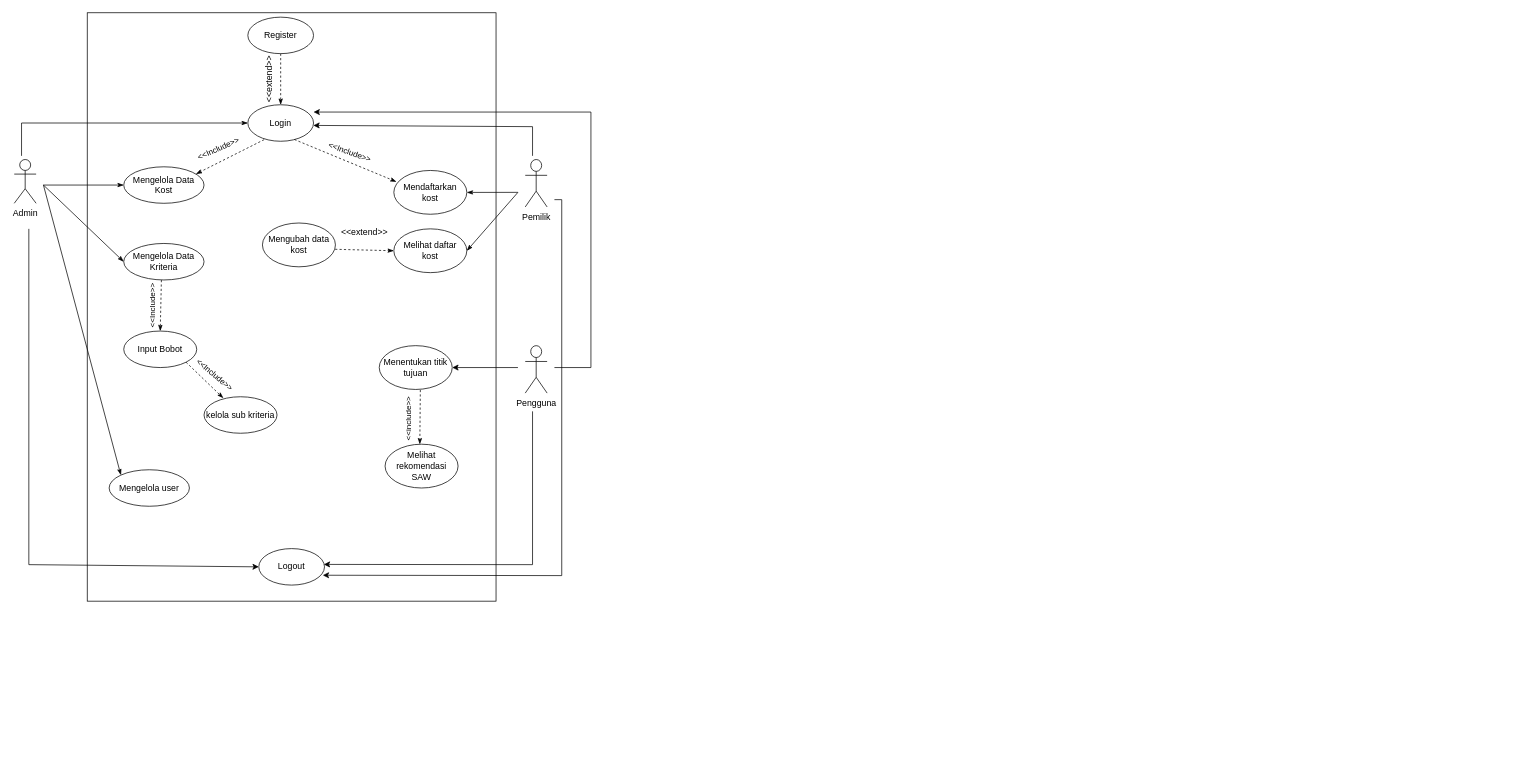
Earlier version of the draw.io diagram page "Page-1" (1 of 10) of USE CASE KOST SAW.drawio (HANNN-YOLO/skripsi). Source tidied: cells renumbered, new cells numbered last; positions are measured from the earlier drawing's top-left corner, leaving out a move shared by most shapes. Both pictures are drawn from the tidied source at 73%, with x=0, y=0 at pixel (14, 12).
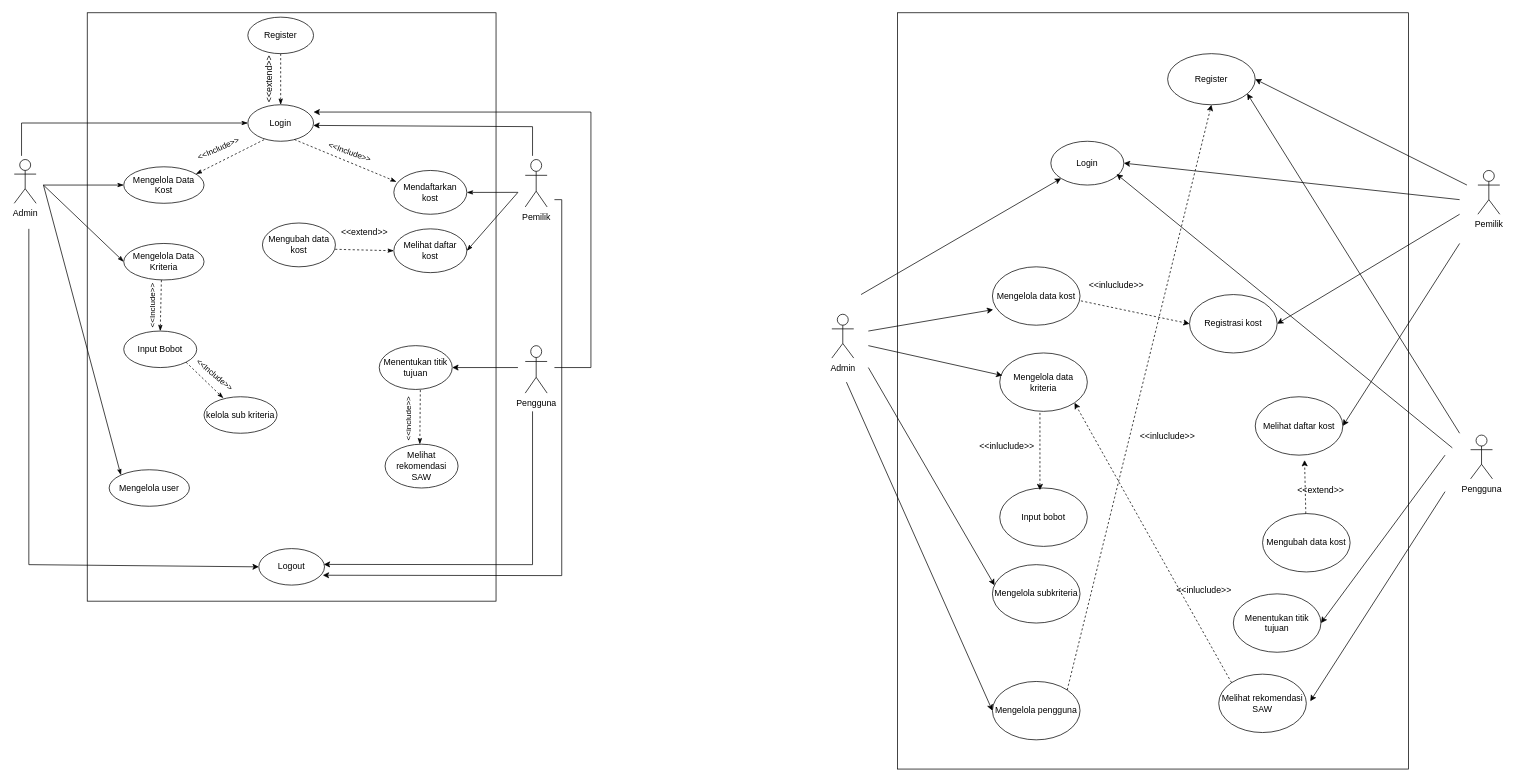
The same diagram, later.

The edit, as a diff of the source:
```diff
@@
+    <mxCell id="45" style="rounded=0;whiteSpace=wrap;html=1;" parent="1" vertex="1">
+      <mxGeometry x="1210" width="700" height="1036" as="geometry" />
+    </mxCell>
+    <mxCell id="46" value="Pemilik" style="shape=umlActor;verticalLabelPosition=bottom;verticalAlign=top;html=1;" parent="1" vertex="1">
+      <mxGeometry x="2005" y="216" width="30" height="60" as="geometry" />
+    </mxCell>
+    <mxCell id="47" value="Register" style="ellipse;whiteSpace=wrap;html=1;" parent="1" vertex="1">
+      <mxGeometry x="1580" y="56" width="120" height="70" as="geometry" />
+    </mxCell>
+    <mxCell id="48" value="Login" style="ellipse;whiteSpace=wrap;html=1;" parent="1" vertex="1">
+      <mxGeometry x="1420" y="176" width="100" height="60" as="geometry" />
+    </mxCell>
+    <mxCell id="49" value="Admin" style="shape=umlActor;verticalLabelPosition=bottom;verticalAlign=top;html=1;" parent="1" vertex="1">
+      <mxGeometry x="1120" y="413" width="30" height="60" as="geometry" />
+    </mxCell>
+    <mxCell id="50" value="Pengguna" style="shape=umlActor;verticalLabelPosition=bottom;verticalAlign=top;html=1;" parent="1" vertex="1">
+      <mxGeometry x="1995" y="578.5" width="30" height="60" as="geometry" />
+    </mxCell>
+    <mxCell id="51" style="endArrow=classic;html=1;rounded=0;" parent="1" edge="1" target="48">
+      <mxGeometry relative="1" as="geometry">
+        <mxPoint x="1160" y="386" as="sourcePoint" />
+      </mxGeometry>
+    </mxCell>
+    <mxCell id="52" style="endArrow=classic;html=1;rounded=0;entryX=1;entryY=0.5;entryDx=0;entryDy=0;" parent="1" edge="1" target="48">
+      <mxGeometry relative="1" as="geometry">
+        <mxPoint x="1980" y="256" as="sourcePoint" />
+      </mxGeometry>
+    </mxCell>
+    <mxCell id="53" style="endArrow=classic;html=1;rounded=0;entryX=1;entryY=0.5;entryDx=0;entryDy=0;" parent="1" edge="1" target="47">
+      <mxGeometry relative="1" as="geometry">
+        <mxPoint x="1990" y="236" as="sourcePoint" />
+      </mxGeometry>
+    </mxCell>
+    <mxCell id="54" style="endArrow=classic;html=1;rounded=0;entryX=0.908;entryY=0.781;entryDx=0;entryDy=0;entryPerimeter=0;" parent="1" edge="1" target="47">
+      <mxGeometry relative="1" as="geometry">
+        <mxPoint x="1980" y="576" as="sourcePoint" />
+      </mxGeometry>
+    </mxCell>
+    <mxCell id="55" style="endArrow=classic;html=1;rounded=0;entryX=0.9;entryY=0.75;entryDx=0;entryDy=0;entryPerimeter=0;" parent="1" edge="1" target="48">
+      <mxGeometry relative="1" as="geometry">
+        <mxPoint x="1970" y="596" as="sourcePoint" />
+      </mxGeometry>
+    </mxCell>
+    <mxCell id="56" value="Mengelola data kost" style="ellipse;whiteSpace=wrap;html=1;" parent="1" vertex="1">
+      <mxGeometry x="1340" y="348" width="120" height="80" as="geometry" />
+    </mxCell>
+    <mxCell id="57" value="Mengelola data kriteria" style="ellipse;whiteSpace=wrap;html=1;" parent="1" vertex="1">
+      <mxGeometry x="1350" y="466" width="120" height="80" as="geometry" />
+    </mxCell>
+    <mxCell id="58" value="Input bobot" style="ellipse;whiteSpace=wrap;html=1;" parent="1" vertex="1">
+      <mxGeometry x="1350" y="651" width="120" height="80" as="geometry" />
+    </mxCell>
+    <mxCell id="59" value="Mengelola subkriteria" style="ellipse;whiteSpace=wrap;html=1;" parent="1" vertex="1">
+      <mxGeometry x="1340" y="756" width="120" height="80" as="geometry" />
+    </mxCell>
+    <mxCell id="60" value="Mengelola pengguna" style="ellipse;whiteSpace=wrap;html=1;" parent="1" vertex="1">
+      <mxGeometry x="1340" y="916" width="120" height="80" as="geometry" />
+    </mxCell>
+    <mxCell id="61" style="endArrow=classic;html=1;rounded=0;entryX=0.008;entryY=0.733;entryDx=0;entryDy=0;entryPerimeter=0;" parent="1" edge="1" target="56">
+      <mxGeometry relative="1" as="geometry">
+        <mxPoint x="1170" y="436" as="sourcePoint" />
+      </mxGeometry>
+    </mxCell>
+    <mxCell id="62" style="endArrow=classic;html=1;rounded=0;entryX=0.029;entryY=0.386;entryDx=0;entryDy=0;entryPerimeter=0;" parent="1" edge="1" target="57">
+      <mxGeometry relative="1" as="geometry">
+        <mxPoint x="1170" y="456" as="sourcePoint" />
+      </mxGeometry>
+    </mxCell>
+    <mxCell id="63" style="endArrow=classic;html=1;rounded=0;entryX=0.024;entryY=0.353;entryDx=0;entryDy=0;entryPerimeter=0;" parent="1" edge="1" target="59">
+      <mxGeometry relative="1" as="geometry">
+        <mxPoint x="1170" y="486" as="sourcePoint" />
+      </mxGeometry>
+    </mxCell>
+    <mxCell id="64" style="endArrow=classic;html=1;rounded=0;entryX=0;entryY=0.5;entryDx=0;entryDy=0;" parent="1" edge="1" target="60">
+      <mxGeometry relative="1" as="geometry">
+        <mxPoint x="1140" y="506" as="sourcePoint" />
+      </mxGeometry>
+    </mxCell>
+    <mxCell id="65" value="Registrasi kost" style="ellipse;whiteSpace=wrap;html=1;" parent="1" vertex="1">
+      <mxGeometry x="1610" y="386" width="120" height="80" as="geometry" />
+    </mxCell>
+    <mxCell id="66" value="Melihat daftar kost" style="ellipse;whiteSpace=wrap;html=1;" parent="1" vertex="1">
+      <mxGeometry x="1700" y="526" width="120" height="80" as="geometry" />
+    </mxCell>
+    <mxCell id="67" value="Mengubah data kost" style="ellipse;whiteSpace=wrap;html=1;" parent="1" vertex="1">
+      <mxGeometry x="1710" y="686" width="120" height="80" as="geometry" />
+    </mxCell>
+    <mxCell id="68" value="Menentukan titik tujuan" style="ellipse;whiteSpace=wrap;html=1;" parent="1" vertex="1">
+      <mxGeometry x="1670" y="796" width="120" height="80" as="geometry" />
+    </mxCell>
+    <mxCell id="69" value="Melihat rekomendasi SAW" style="ellipse;whiteSpace=wrap;html=1;" parent="1" vertex="1">
+      <mxGeometry x="1650" y="906" width="120" height="80" as="geometry" />
+    </mxCell>
+    <mxCell id="70" style="endArrow=classic;html=1;rounded=0;entryX=1;entryY=0.5;entryDx=0;entryDy=0;" parent="1" edge="1" target="68">
+      <mxGeometry relative="1" as="geometry">
+        <mxPoint x="1960" y="606" as="sourcePoint" />
+      </mxGeometry>
+    </mxCell>
+    <mxCell id="71" style="endArrow=classic;html=1;rounded=0;entryX=1.045;entryY=0.464;entryDx=0;entryDy=0;entryPerimeter=0;" parent="1" edge="1" target="69">
+      <mxGeometry relative="1" as="geometry">
+        <mxPoint x="1960" y="656" as="sourcePoint" />
+      </mxGeometry>
+    </mxCell>
+    <mxCell id="72" style="endArrow=classic;html=1;rounded=0;entryX=1;entryY=0.5;entryDx=0;entryDy=0;" parent="1" edge="1" target="65">
+      <mxGeometry relative="1" as="geometry">
+        <mxPoint x="1980" y="276" as="sourcePoint" />
+      </mxGeometry>
+    </mxCell>
+    <mxCell id="73" style="endArrow=classic;html=1;rounded=0;entryX=1;entryY=0.5;entryDx=0;entryDy=0;" parent="1" edge="1" target="66">
+      <mxGeometry relative="1" as="geometry">
+        <mxPoint x="1980" y="316" as="sourcePoint" />
+      </mxGeometry>
+    </mxCell>
+    <mxCell id="74" style="endArrow=classic;dashed=1;html=1;rounded=0;exitX=1.01;exitY=0.583;exitDx=0;exitDy=0;exitPerimeter=0;entryX=0;entryY=0.5;entryDx=0;entryDy=0;endFill=1;" parent="1" edge="1" source="56" target="65">
+      <mxGeometry relative="1" as="geometry" />
+    </mxCell>
+    <mxCell id="75" value="&amp;lt;&amp;lt;inluclude&amp;gt;&amp;gt;" style="text;html=1;whiteSpace=wrap;strokeColor=none;fillColor=none;align=center;verticalAlign=middle;rounded=0;rotation=0;" parent="1" vertex="1">
+      <mxGeometry x="1600" y="776" width="60" height="30" as="geometry" />
+    </mxCell>
+    <mxCell id="76" style="endArrow=classic;dashed=1;html=1;rounded=0;exitX=1;exitY=0;exitDx=0;exitDy=0;entryX=0.5;entryY=1;entryDx=0;entryDy=0;endFill=1;" parent="1" edge="1" source="60" target="47">
+      <mxGeometry relative="1" as="geometry" />
+    </mxCell>
+    <mxCell id="77" style="endArrow=classic;dashed=1;html=1;rounded=0;exitX=0;exitY=0;exitDx=0;exitDy=0;entryX=1;entryY=1;entryDx=0;entryDy=0;endFill=1;" parent="1" edge="1" source="69" target="57">
+      <mxGeometry relative="1" as="geometry" />
+    </mxCell>
+    <mxCell id="78" value="&amp;lt;&amp;lt;inluclude&amp;gt;&amp;gt;" style="text;html=1;whiteSpace=wrap;strokeColor=none;fillColor=none;align=center;verticalAlign=middle;rounded=0;" parent="1" vertex="1">
+      <mxGeometry x="1480" y="358" width="60" height="30" as="geometry" />
+    </mxCell>
+    <mxCell id="79" style="endArrow=classic;dashed=1;html=1;rounded=0;entryX=0.563;entryY=1.084;entryDx=0;entryDy=0;endFill=1;entryPerimeter=0;" parent="1" edge="1" source="67" target="66">
+      <mxGeometry relative="1" as="geometry" />
+    </mxCell>
+    <mxCell id="80" value="&amp;lt;&amp;lt;inluclude&amp;gt;&amp;gt;" style="text;html=1;whiteSpace=wrap;strokeColor=none;fillColor=none;align=center;verticalAlign=middle;rounded=0;rotation=0;" parent="1" vertex="1">
+      <mxGeometry x="1550" y="566" width="60" height="30" as="geometry" />
+    </mxCell>
+    <mxCell id="81" value="&amp;lt;&amp;lt;extend&amp;gt;&amp;gt;" style="text;html=1;whiteSpace=wrap;strokeColor=none;fillColor=none;align=center;verticalAlign=middle;rounded=0;rotation=0;" parent="1" vertex="1">
+      <mxGeometry x="1760" y="638.5" width="60" height="30" as="geometry" />
+    </mxCell>
+    <mxCell id="82" style="endArrow=classic;dashed=1;html=1;rounded=0;exitX=0.459;exitY=1.027;exitDx=0;exitDy=0;exitPerimeter=0;entryX=0.459;entryY=0.037;entryDx=0;entryDy=0;endFill=1;entryPerimeter=0;" parent="1" edge="1" source="57" target="58">
+      <mxGeometry relative="1" as="geometry" />
+    </mxCell>
+    <mxCell id="83" value="&amp;lt;&amp;lt;inluclude&amp;gt;&amp;gt;" style="text;html=1;whiteSpace=wrap;strokeColor=none;fillColor=none;align=center;verticalAlign=middle;rounded=0;rotation=0;" parent="1" vertex="1">
+      <mxGeometry x="1330" y="578.5" width="60" height="30" as="geometry" />
+    </mxCell>
```
